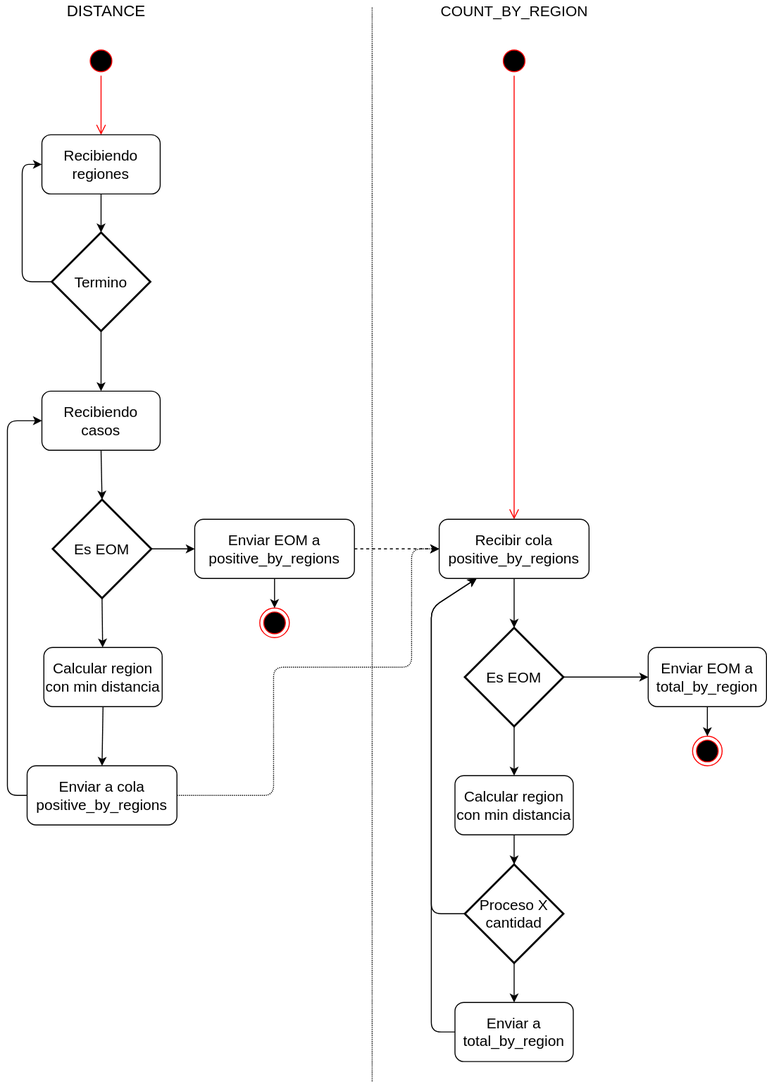
Earlier version of the draw.io export images/actividades.svg (rinaldia92/distribuidos-tp2). Source tidied: cells renumbered, new cells last; positions are measured from the earlier drawing's top-left corner, leaving out a move shared by most shapes.
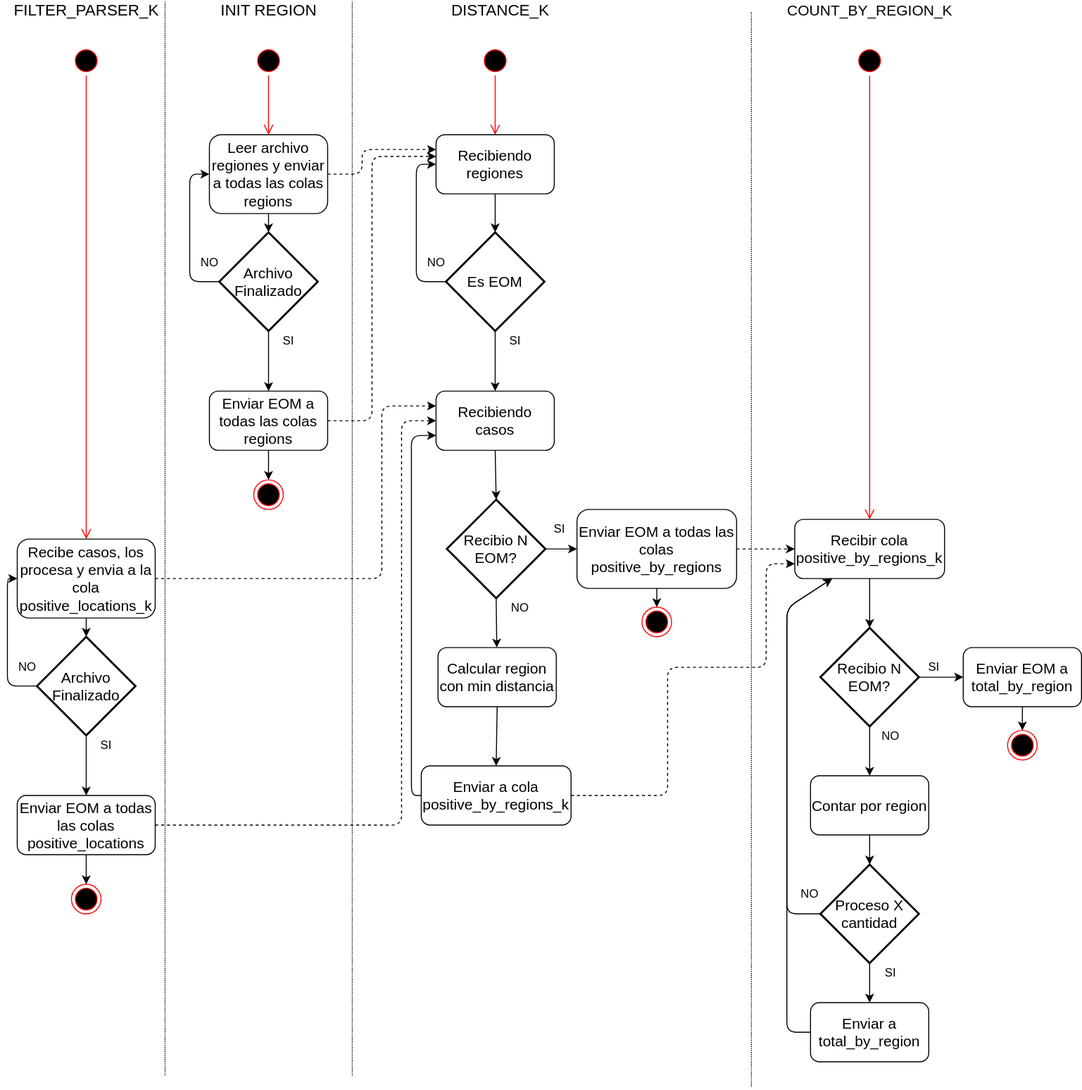
After the change.

The edit, as a diff of the source:
```diff
@@ -6,4 +6,4 @@
       <mxGeometry relative="1" as="geometry">
-        <mxPoint x="370" y="1096" as="sourcePoint" />
-        <mxPoint x="370" y="6" as="targetPoint" />
+        <mxPoint x="355" y="1101" as="sourcePoint" />
+        <mxPoint x="355" y="11" as="targetPoint" />
       </mxGeometry>
@@ -21,3 +21,3 @@
     </mxCell>
-    <mxCell id="6" value="&lt;font style=&quot;font-size: 15px&quot;&gt;Termino&lt;/font&gt;" style="strokeWidth=2;html=1;shape=mxgraph.flowchart.decision;whiteSpace=wrap;" parent="1" vertex="1">
+    <mxCell id="6" value="&lt;font style=&quot;font-size: 15px&quot;&gt;Es EOM&lt;/font&gt;" style="strokeWidth=2;html=1;shape=mxgraph.flowchart.decision;whiteSpace=wrap;" parent="1" vertex="1">
       <mxGeometry x="45" y="235" width="100" height="100" as="geometry" />
@@ -30,16 +30,16 @@
     </mxCell>
-    <mxCell id="9" value="&lt;font style=&quot;font-size: 15px&quot;&gt;Enviar a cola positive_by_regions&lt;/font&gt;" style="rounded=1;whiteSpace=wrap;html=1;" parent="1" vertex="1">
+    <mxCell id="9" value="&lt;font style=&quot;font-size: 15px&quot;&gt;Enviar a cola positive_by_regions_k&lt;/font&gt;" style="rounded=1;whiteSpace=wrap;html=1;" parent="1" vertex="1">
       <mxGeometry x="20" y="776" width="152" height="60" as="geometry" />
     </mxCell>
-    <mxCell id="10" value="&lt;font style=&quot;font-size: 15px&quot;&gt;Es EOM&lt;/font&gt;" style="strokeWidth=2;html=1;shape=mxgraph.flowchart.decision;whiteSpace=wrap;" parent="1" vertex="1">
+    <mxCell id="10" value="&lt;span style=&quot;font-size: 15px&quot;&gt;Recibio N EOM?&lt;/span&gt;" style="strokeWidth=2;html=1;shape=mxgraph.flowchart.decision;whiteSpace=wrap;" parent="1" vertex="1">
       <mxGeometry x="46" y="506" width="100" height="100" as="geometry" />
     </mxCell>
-    <mxCell id="11" value="&lt;font style=&quot;font-size: 15px&quot;&gt;Enviar EOM a positive_by_regions&lt;/font&gt;" style="rounded=1;whiteSpace=wrap;html=1;" parent="1" vertex="1">
-      <mxGeometry x="190" y="526" width="162" height="60" as="geometry" />
+    <mxCell id="11" value="&lt;font style=&quot;font-size: 15px&quot;&gt;Enviar EOM a todas las colas positive_by_regions&lt;/font&gt;" style="rounded=1;whiteSpace=wrap;html=1;" parent="1" vertex="1">
+      <mxGeometry x="178" y="516" width="162" height="80" as="geometry" />
     </mxCell>
     <mxCell id="12" style="ellipse;html=1;shape=endState;fillColor=#000000;strokeColor=#ff0000;" parent="1" vertex="1">
-      <mxGeometry x="256" y="616" width="30" height="30" as="geometry" />
+      <mxGeometry x="244" y="615" width="30" height="30" as="geometry" />
     </mxCell>
     <mxCell id="13" style="ellipse;html=1;shape=startState;fillColor=#000000;strokeColor=#ff0000;" parent="1" vertex="1">
-      <mxGeometry x="499" y="46" width="30" height="30" as="geometry" />
+      <mxGeometry x="460" y="46" width="30" height="30" as="geometry" />
     </mxCell>
@@ -48,16 +48,16 @@
     </mxCell>
-    <mxCell id="15" value="&lt;font style=&quot;font-size: 15px&quot;&gt;Calcular region con min distancia&lt;/font&gt;" style="rounded=1;whiteSpace=wrap;html=1;" parent="1" vertex="1">
-      <mxGeometry x="454" y="786" width="120" height="60" as="geometry" />
+    <mxCell id="15" value="&lt;font style=&quot;font-size: 15px&quot;&gt;Contar por region&lt;/font&gt;" style="rounded=1;whiteSpace=wrap;html=1;" parent="1" vertex="1">
+      <mxGeometry x="415" y="786" width="120" height="60" as="geometry" />
     </mxCell>
-    <mxCell id="16" value="&lt;font style=&quot;font-size: 15px&quot;&gt;Recibir cola positive_by_regions&lt;/font&gt;" style="rounded=1;whiteSpace=wrap;html=1;" parent="1" vertex="1">
-      <mxGeometry x="438" y="526" width="152" height="60" as="geometry" />
+    <mxCell id="16" value="&lt;font style=&quot;font-size: 15px&quot;&gt;Recibir cola positive_by_regions_k&lt;/font&gt;" style="rounded=1;whiteSpace=wrap;html=1;" parent="1" vertex="1">
+      <mxGeometry x="399" y="526" width="152" height="60" as="geometry" />
     </mxCell>
-    <mxCell id="17" value="&lt;font style=&quot;font-size: 15px&quot;&gt;Es EOM&lt;/font&gt;" style="strokeWidth=2;html=1;shape=mxgraph.flowchart.decision;whiteSpace=wrap;" parent="1" vertex="1">
-      <mxGeometry x="464" y="636" width="100" height="100" as="geometry" />
+    <mxCell id="17" value="&lt;span style=&quot;font-size: 15px&quot;&gt;Recibio N EOM?&lt;/span&gt;" style="strokeWidth=2;html=1;shape=mxgraph.flowchart.decision;whiteSpace=wrap;" parent="1" vertex="1">
+      <mxGeometry x="425" y="636" width="100" height="100" as="geometry" />
     </mxCell>
     <mxCell id="18" value="&lt;font style=&quot;font-size: 15px&quot;&gt;Enviar EOM a total_by_region&lt;/font&gt;" style="rounded=1;whiteSpace=wrap;html=1;" parent="1" vertex="1">
-      <mxGeometry x="650" y="656" width="120" height="60" as="geometry" />
+      <mxGeometry x="570" y="656" width="120" height="60" as="geometry" />
     </mxCell>
     <mxCell id="19" style="ellipse;html=1;shape=endState;fillColor=#000000;strokeColor=#ff0000;" parent="1" vertex="1">
-      <mxGeometry x="695" y="746" width="30" height="30" as="geometry" />
+      <mxGeometry x="615" y="740" width="30" height="30" as="geometry" />
     </mxCell>
@@ -104,7 +104,7 @@
     </mxCell>
-    <mxCell id="32" style="endArrow=classic;html=1;exitX=0;exitY=0.5;exitDx=0;exitDy=0;entryX=0;entryY=0.5;entryDx=0;entryDy=0;" parent="1" edge="1" source="9" target="7">
+    <mxCell id="32" style="endArrow=classic;html=1;exitX=0;exitY=0.5;exitDx=0;exitDy=0;entryX=0;entryY=0.75;entryDx=0;entryDy=0;" parent="1" edge="1" source="9" target="7">
       <mxGeometry relative="1" as="geometry">
         <Array as="points">
-          <mxPoint y="806" />
-          <mxPoint y="426" />
+          <mxPoint x="10" y="806" />
+          <mxPoint x="10" y="441" />
         </Array>
@@ -115,3 +115,3 @@
     </mxCell>
-    <mxCell id="34" style="endArrow=classic;html=1;dashed=1;dashPattern=1 1;exitX=1;exitY=0.5;exitDx=0;exitDy=0;entryX=0;entryY=0.5;entryDx=0;entryDy=0;" parent="1" edge="1" source="9" target="16">
+    <mxCell id="34" style="endArrow=classic;html=1;dashed=1;exitX=1;exitY=0.5;exitDx=0;exitDy=0;entryX=0;entryY=0.75;entryDx=0;entryDy=0;" parent="1" edge="1" source="9" target="16">
       <mxGeometry relative="1" as="geometry">
@@ -120,4 +120,4 @@
           <mxPoint x="270" y="676" />
-          <mxPoint x="410" y="676" />
-          <mxPoint x="410" y="556" />
+          <mxPoint x="370" y="676" />
+          <mxPoint x="370" y="571" />
         </Array>
@@ -128,5 +128,5 @@
         <Array as="points">
-          <mxPoint x="430" y="926" />
-          <mxPoint x="430" y="816" />
-          <mxPoint x="430" y="616" />
+          <mxPoint x="391" y="926" />
+          <mxPoint x="391" y="816" />
+          <mxPoint x="391" y="616" />
         </Array>
@@ -135,3 +135,3 @@
     <mxCell id="36" value="&lt;font style=&quot;font-size: 15px&quot;&gt;Proceso X cantidad&lt;/font&gt;" style="strokeWidth=2;html=1;shape=mxgraph.flowchart.decision;whiteSpace=wrap;" parent="1" vertex="1">
-      <mxGeometry x="464" y="876" width="100" height="100" as="geometry" />
+      <mxGeometry x="425" y="876" width="100" height="100" as="geometry" />
     </mxCell>
@@ -141,3 +141,3 @@
     <mxCell id="38" value="&lt;font style=&quot;font-size: 15px&quot;&gt;Enviar a total_by_region&lt;/font&gt;" style="rounded=1;whiteSpace=wrap;html=1;" parent="1" vertex="1">
-      <mxGeometry x="454" y="1016" width="120" height="60" as="geometry" />
+      <mxGeometry x="415" y="1016" width="120" height="60" as="geometry" />
     </mxCell>
@@ -146,4 +146,4 @@
         <Array as="points">
-          <mxPoint x="430" y="1046" />
-          <mxPoint x="430" y="616" />
+          <mxPoint x="391" y="1046" />
+          <mxPoint x="391" y="616" />
         </Array>
@@ -154,8 +154,166 @@
     </mxCell>
-    <mxCell id="41" value="&lt;font style=&quot;font-size: 16px&quot;&gt;DISTANCE&lt;/font&gt;" style="text;html=1;align=center;verticalAlign=middle;" parent="1" vertex="1">
-      <mxGeometry x="50" width="100" height="20" as="geometry" />
+    <mxCell id="41" value="&lt;font style=&quot;font-size: 16px&quot;&gt;DISTANCE_K&lt;/font&gt;" style="text;html=1;align=center;verticalAlign=middle;" parent="1" vertex="1">
+      <mxGeometry x="45" width="110" height="20" as="geometry" />
     </mxCell>
-    <mxCell id="42" value="&lt;font style=&quot;font-size: 15px&quot;&gt;COUNT_BY_REGION&lt;/font&gt;" style="text;html=1;align=center;verticalAlign=middle;" parent="1" vertex="1">
-      <mxGeometry x="434" width="160" height="20" as="geometry" />
+    <mxCell id="42" value="&lt;font style=&quot;font-size: 15px&quot;&gt;COUNT_BY_REGION_K&lt;/font&gt;" style="text;html=1;align=center;verticalAlign=middle;" parent="1" vertex="1">
+      <mxGeometry x="385" width="180" height="20" as="geometry" />
     </mxCell>
+    <mxCell id="43" value="SI" style="text;html=1;align=center;verticalAlign=middle;" parent="1" vertex="1">
+      <mxGeometry x="100" y="335" width="30" height="20" as="geometry" />
+    </mxCell>
+    <mxCell id="44" value="SI" style="text;html=1;align=center;verticalAlign=middle;" parent="1" vertex="1">
+      <mxGeometry x="145" y="526" width="30" height="20" as="geometry" />
+    </mxCell>
+    <mxCell id="45" value="SI" style="text;html=1;align=center;verticalAlign=middle;" parent="1" vertex="1">
+      <mxGeometry x="525" y="666" width="30" height="20" as="geometry" />
+    </mxCell>
+    <mxCell id="46" value="SI" style="text;html=1;align=center;verticalAlign=middle;" parent="1" vertex="1">
+      <mxGeometry x="481" y="976" width="30" height="20" as="geometry" />
+    </mxCell>
+    <mxCell id="47" value="NO" style="text;html=1;align=center;verticalAlign=middle;" parent="1" vertex="1">
+      <mxGeometry x="20" y="256" width="30" height="20" as="geometry" />
+    </mxCell>
+    <mxCell id="48" value="NO" style="text;html=1;align=center;verticalAlign=middle;" parent="1" vertex="1">
+      <mxGeometry x="105" y="606" width="30" height="20" as="geometry" />
+    </mxCell>
+    <mxCell id="49" value="NO" style="text;html=1;align=center;verticalAlign=middle;" parent="1" vertex="1">
+      <mxGeometry x="481" y="736" width="30" height="20" as="geometry" />
+    </mxCell>
+    <mxCell id="50" value="NO" style="text;html=1;align=center;verticalAlign=middle;" parent="1" vertex="1">
+      <mxGeometry x="399" y="896" width="30" height="20" as="geometry" />
+    </mxCell>
+    <mxCell id="51" style="endArrow=none;dashed=1;html=1;dashPattern=1 1;" parent="1" edge="1">
+      <mxGeometry relative="1" as="geometry">
+        <mxPoint x="-50" y="1090" as="sourcePoint" />
+        <mxPoint x="-50" as="targetPoint" />
+      </mxGeometry>
+    </mxCell>
+    <mxCell id="52" style="ellipse;html=1;shape=startState;fillColor=#000000;strokeColor=#ff0000;" parent="1" vertex="1">
+      <mxGeometry x="-150" y="46" width="30" height="30" as="geometry" />
+    </mxCell>
+    <mxCell id="53" style="edgeStyle=orthogonalEdgeStyle;html=1;verticalAlign=bottom;endArrow=open;endSize=8;strokeColor=#ff0000;" parent="1" edge="1" source="52">
+      <mxGeometry relative="1" as="geometry">
+        <mxPoint x="-135" y="136" as="targetPoint" />
+      </mxGeometry>
+    </mxCell>
+    <mxCell id="54" value="&lt;font style=&quot;font-size: 15px&quot;&gt;Leer archivo regiones y enviar a todas las colas regions&lt;/font&gt;" style="rounded=1;whiteSpace=wrap;html=1;" parent="1" vertex="1">
+      <mxGeometry x="-195" y="136" width="120" height="80" as="geometry" />
+    </mxCell>
+    <mxCell id="55" value="&lt;font style=&quot;font-size: 15px&quot;&gt;Archivo Finalizado&lt;/font&gt;" style="strokeWidth=2;html=1;shape=mxgraph.flowchart.decision;whiteSpace=wrap;" parent="1" vertex="1">
+      <mxGeometry x="-185" y="235" width="100" height="100" as="geometry" />
+    </mxCell>
+    <mxCell id="56" value="&lt;font style=&quot;font-size: 15px&quot;&gt;Enviar EOM a todas las colas regions&lt;/font&gt;" style="rounded=1;whiteSpace=wrap;html=1;" parent="1" vertex="1">
+      <mxGeometry x="-195" y="396" width="120" height="60" as="geometry" />
+    </mxCell>
+    <mxCell id="57" style="endArrow=classic;html=1;exitX=0.5;exitY=1;exitDx=0;exitDy=0;" parent="1" edge="1" source="54" target="55">
+      <mxGeometry relative="1" as="geometry" />
+    </mxCell>
+    <mxCell id="58" style="endArrow=classic;html=1;exitX=0.5;exitY=1;exitDx=0;exitDy=0;exitPerimeter=0;" parent="1" edge="1" source="55" target="56">
+      <mxGeometry relative="1" as="geometry" />
+    </mxCell>
+    <mxCell id="59" style="endArrow=classic;html=1;exitX=0;exitY=0.5;exitDx=0;exitDy=0;exitPerimeter=0;entryX=0;entryY=0.5;entryDx=0;entryDy=0;" parent="1" edge="1" source="55" target="54">
+      <mxGeometry relative="1" as="geometry">
+        <Array as="points">
+          <mxPoint x="-215" y="285" />
+          <mxPoint x="-215" y="176" />
+        </Array>
+      </mxGeometry>
+    </mxCell>
+    <mxCell id="60" value="SI" style="text;html=1;align=center;verticalAlign=middle;" parent="1" vertex="1">
+      <mxGeometry x="-130" y="335" width="30" height="20" as="geometry" />
+    </mxCell>
+    <mxCell id="61" value="NO" style="text;html=1;align=center;verticalAlign=middle;" parent="1" vertex="1">
+      <mxGeometry x="-210" y="256" width="30" height="20" as="geometry" />
+    </mxCell>
+    <mxCell id="62" style="endArrow=classic;html=1;dashed=1;exitX=1;exitY=0.5;exitDx=0;exitDy=0;entryX=0;entryY=0.25;entryDx=0;entryDy=0;" parent="1" edge="1" source="54" target="5">
+      <mxGeometry relative="1" as="geometry">
+        <Array as="points">
+          <mxPoint x="-40" y="176" />
+          <mxPoint x="-40" y="151" />
+        </Array>
+      </mxGeometry>
+    </mxCell>
+    <mxCell id="63" style="endArrow=classic;html=1;dashed=1;exitX=1;exitY=0.5;exitDx=0;exitDy=0;entryX=0;entryY=0.367;entryDx=0;entryDy=0;entryPerimeter=0;" parent="1" edge="1" source="56" target="5">
+      <mxGeometry relative="1" as="geometry">
+        <Array as="points">
+          <mxPoint x="-30" y="426" />
+          <mxPoint x="-30" y="158" />
+        </Array>
+      </mxGeometry>
+    </mxCell>
+    <mxCell id="64" style="ellipse;html=1;shape=endState;fillColor=#000000;strokeColor=#ff0000;" parent="1" vertex="1">
+      <mxGeometry x="-150" y="486" width="30" height="30" as="geometry" />
+    </mxCell>
+    <mxCell id="65" style="endArrow=classic;html=1;exitX=0.5;exitY=1;exitDx=0;exitDy=0;entryX=0.5;entryY=0;entryDx=0;entryDy=0;" parent="1" edge="1" source="56" target="64">
+      <mxGeometry relative="1" as="geometry" />
+    </mxCell>
+    <mxCell id="66" style="endArrow=none;dashed=1;html=1;dashPattern=1 1;" parent="1" edge="1">
+      <mxGeometry relative="1" as="geometry">
+        <mxPoint x="-240" y="1090" as="sourcePoint" />
+        <mxPoint x="-240" as="targetPoint" />
+      </mxGeometry>
+    </mxCell>
+    <mxCell id="67" style="ellipse;html=1;shape=startState;fillColor=#000000;strokeColor=#ff0000;" parent="1" vertex="1">
+      <mxGeometry x="-335" y="46" width="30" height="30" as="geometry" />
+    </mxCell>
+    <mxCell id="68" style="edgeStyle=orthogonalEdgeStyle;html=1;verticalAlign=bottom;endArrow=open;endSize=8;strokeColor=#ff0000;entryX=0.5;entryY=0;entryDx=0;entryDy=0;" parent="1" edge="1" source="67" target="69">
+      <mxGeometry relative="1" as="geometry" />
+    </mxCell>
+    <mxCell id="69" value="&lt;font style=&quot;font-size: 15px&quot;&gt;Recibe casos, los procesa y envia a la cola positive_locations_k&lt;/font&gt;" style="rounded=1;whiteSpace=wrap;html=1;" parent="1" vertex="1">
+      <mxGeometry x="-390" y="546" width="140" height="80" as="geometry" />
+    </mxCell>
+    <mxCell id="70" value="&lt;font style=&quot;font-size: 15px&quot;&gt;Archivo Finalizado&lt;/font&gt;" style="strokeWidth=2;html=1;shape=mxgraph.flowchart.decision;whiteSpace=wrap;" parent="1" vertex="1">
+      <mxGeometry x="-370" y="645" width="100" height="100" as="geometry" />
+    </mxCell>
+    <mxCell id="71" value="&lt;font style=&quot;font-size: 15px&quot;&gt;Enviar EOM a todas las colas positive_locations&lt;/font&gt;" style="rounded=1;whiteSpace=wrap;html=1;" parent="1" vertex="1">
+      <mxGeometry x="-390" y="806" width="140" height="60" as="geometry" />
+    </mxCell>
+    <mxCell id="72" style="endArrow=classic;html=1;exitX=0.5;exitY=1;exitDx=0;exitDy=0;" parent="1" edge="1" source="69" target="70">
+      <mxGeometry relative="1" as="geometry" />
+    </mxCell>
+    <mxCell id="73" style="endArrow=classic;html=1;exitX=0.5;exitY=1;exitDx=0;exitDy=0;exitPerimeter=0;" parent="1" edge="1" source="70" target="71">
+      <mxGeometry relative="1" as="geometry" />
+    </mxCell>
+    <mxCell id="74" style="endArrow=classic;html=1;exitX=0;exitY=0.5;exitDx=0;exitDy=0;exitPerimeter=0;entryX=0;entryY=0.5;entryDx=0;entryDy=0;" parent="1" edge="1" source="70" target="69">
+      <mxGeometry relative="1" as="geometry">
+        <Array as="points">
+          <mxPoint x="-400" y="695" />
+          <mxPoint x="-400" y="586" />
+        </Array>
+      </mxGeometry>
+    </mxCell>
+    <mxCell id="75" value="SI" style="text;html=1;align=center;verticalAlign=middle;" parent="1" vertex="1">
+      <mxGeometry x="-315" y="745" width="30" height="20" as="geometry" />
+    </mxCell>
+    <mxCell id="76" value="NO" style="text;html=1;align=center;verticalAlign=middle;" parent="1" vertex="1">
+      <mxGeometry x="-395" y="666" width="30" height="20" as="geometry" />
+    </mxCell>
+    <mxCell id="77" style="ellipse;html=1;shape=endState;fillColor=#000000;strokeColor=#ff0000;" parent="1" vertex="1">
+      <mxGeometry x="-335" y="896" width="30" height="30" as="geometry" />
+    </mxCell>
+    <mxCell id="78" style="endArrow=classic;html=1;exitX=0.5;exitY=1;exitDx=0;exitDy=0;entryX=0.5;entryY=0;entryDx=0;entryDy=0;" parent="1" edge="1" source="71" target="77">
+      <mxGeometry relative="1" as="geometry" />
+    </mxCell>
+    <mxCell id="79" style="endArrow=classic;html=1;exitX=1;exitY=0.5;exitDx=0;exitDy=0;entryX=0;entryY=0.25;entryDx=0;entryDy=0;dashed=1;" parent="1" edge="1" source="69" target="7">
+      <mxGeometry relative="1" as="geometry">
+        <Array as="points">
+          <mxPoint x="-20" y="586" />
+          <mxPoint x="-20" y="411" />
+        </Array>
+      </mxGeometry>
+    </mxCell>
+    <mxCell id="80" style="endArrow=classic;html=1;exitX=1;exitY=0.5;exitDx=0;exitDy=0;entryX=0;entryY=0.5;entryDx=0;entryDy=0;dashed=1;" parent="1" edge="1" source="71" target="7">
+      <mxGeometry relative="1" as="geometry">
+        <Array as="points">
+          <mxPoint y="836" />
+          <mxPoint y="426" />
+        </Array>
+      </mxGeometry>
+    </mxCell>
+    <mxCell id="81" value="&lt;font style=&quot;font-size: 16px&quot;&gt;INIT REGION&lt;/font&gt;&lt;span style=&quot;color: rgba(0 , 0 , 0 , 0) ; font-family: monospace ; font-size: 0px&quot;&gt;%3CmxGraphModel%3E%3Croot%3E%3CmxCell%20id%3D%220%22%2F%3E%3CmxCell%20id%3D%221%22%20parent%3D%220%22%2F%3E%3CmxCell%20id%3D%222%22%20value%3D%22%26lt%3Bfont%20style%3D%26quot%3Bfont-size%3A%2016px%26quot%3B%26gt%3BDISTANCE_K%26lt%3B%2Ffont%26gt%3B%22%20style%3D%22text%3Bhtml%3D1%3Balign%3Dcenter%3BverticalAlign%3Dmiddle%3Bresizable%3D0%3Bpoints%3D%5B%5D%3Bautosize%3D1%3B%22%20vertex%3D%221%22%20parent%3D%221%22%3E%3CmxGeometry%20x%3D%22255%22%20y%3D%223704%22%20width%3D%22110%22%20height%3D%2220%22%20as%3D%22geometry%22%2F%3E%3C%2FmxCell%3E%3C%2Froot%3E%3C%2FmxGraphModel%3E&lt;/span&gt;" style="text;html=1;align=center;verticalAlign=middle;" parent="1" vertex="1">
+      <mxGeometry x="-190" width="110" height="20" as="geometry" />
+    </mxCell>
+    <mxCell id="82" value="&lt;font style=&quot;font-size: 16px&quot;&gt;FILTER_PARSER_K&lt;/font&gt;" style="text;html=1;align=center;verticalAlign=middle;" parent="1" vertex="1">
+      <mxGeometry x="-400" width="160" height="20" as="geometry" />
+    </mxCell>
   </root>
```
